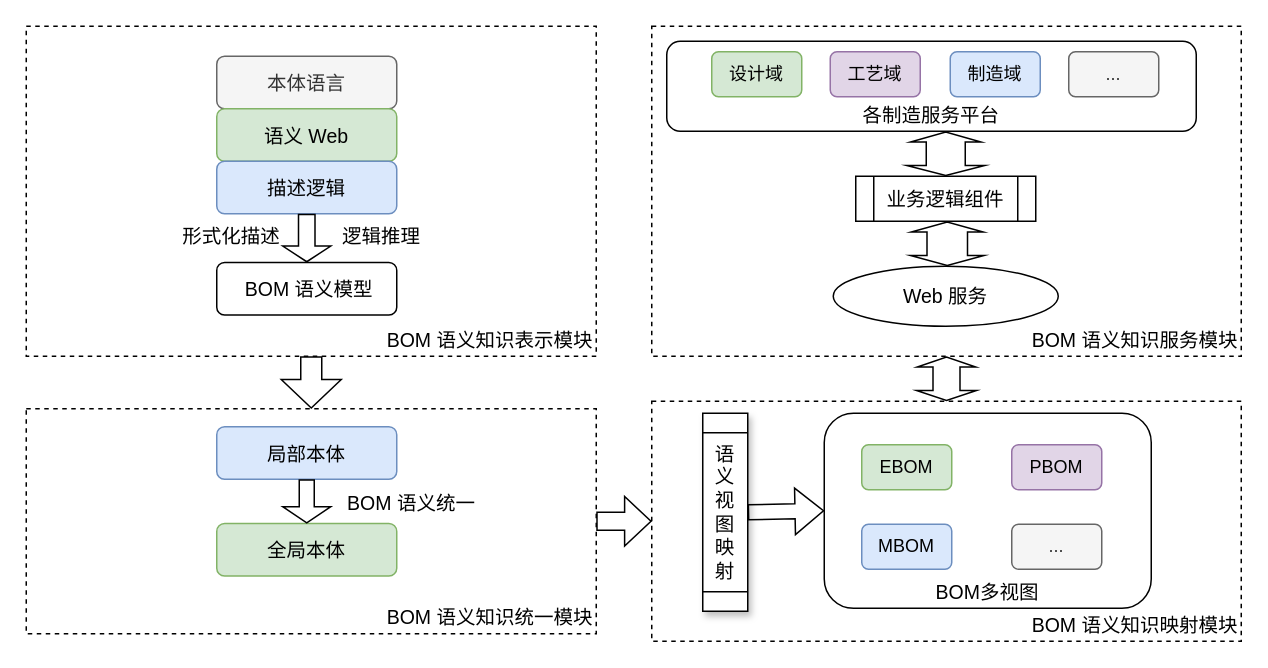
Above: BOM/Untitled Diagram.drawio in littlelittlemoon/DiagramsRepository (draw.io), before the change. Source tidied: cells renumbered, new cells numbered last; positions are measured from the earlier drawing's top-left corner, leaving out a move shared by most shapes. Both pictures are drawn from the tidied source at 150%, with x=0, y=0 at pixel (26, 26).
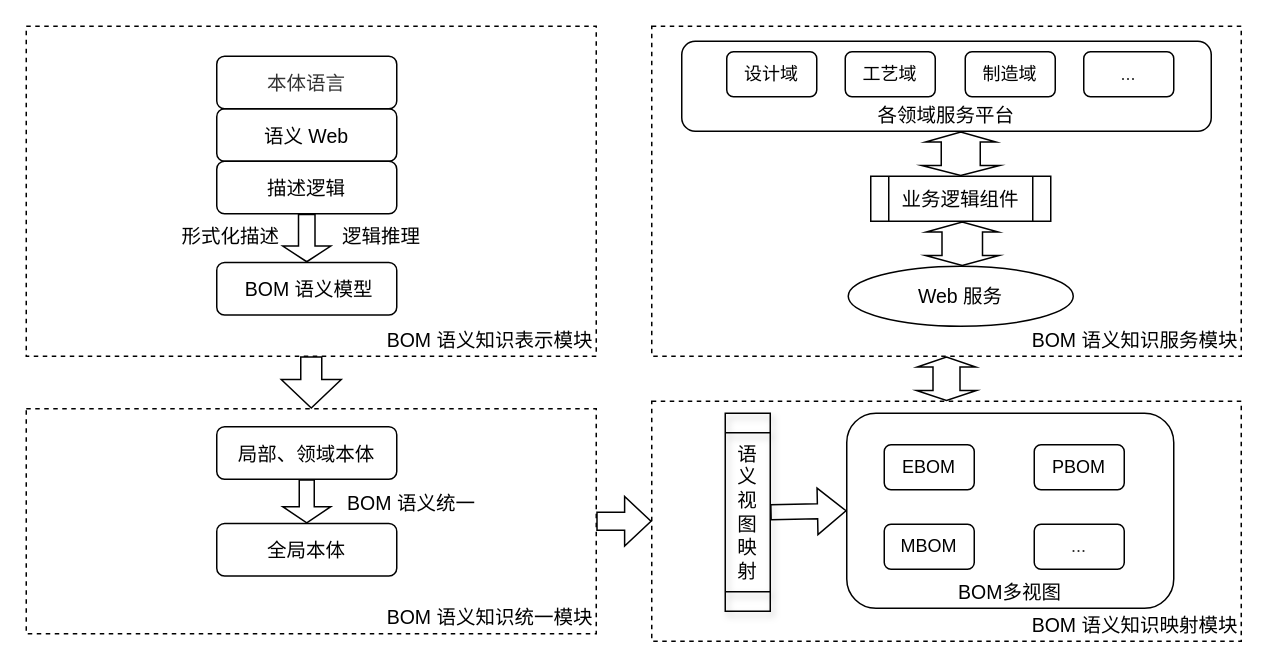
The same page after the edit.

The edit, as a diff of the source:
```diff
@@
-    <mxCell id="2" value="BOM 语义知识服务模块" style="rounded=0;whiteSpace=wrap;html=1;fontSize=13;fillColor=none;verticalAlign=bottom;fontStyle=0;align=right;dashed=1;" parent="1" vertex="1">
+    <mxCell id="2" value="BOM 语义知识服务模块" style="rounded=0;whiteSpace=wrap;html=1;fontSize=13;fillColor=none;verticalAlign=bottom;fontStyle=0;align=right;dashed=1;strokeColor=#000000;" parent="1" vertex="1">
       <mxGeometry x="417" width="393" height="220" as="geometry" />
     </mxCell>
-    <mxCell id="3" value="各制造服务平台" style="rounded=1;whiteSpace=wrap;html=1;fillColor=none;verticalAlign=bottom;fontSize=13;fontStyle=0;" parent="1" vertex="1">
-      <mxGeometry x="427" y="10" width="353" height="60" as="geometry" />
+    <mxCell id="3" value="各领域服务平台" style="rounded=1;whiteSpace=wrap;html=1;fillColor=none;verticalAlign=bottom;fontSize=13;fontStyle=0;strokeColor=#000000;" parent="1" vertex="1">
+      <mxGeometry x="437" y="10" width="353" height="60" as="geometry" />
     </mxCell>
-    <mxCell id="4" value="制造域" style="rounded=1;whiteSpace=wrap;html=1;fillColor=#dae8fc;strokeColor=#6c8ebf;fontStyle=0;" parent="1" vertex="1">
-      <mxGeometry x="616" y="17" width="60" height="30" as="geometry" />
+    <mxCell id="4" value="制造域" style="rounded=1;whiteSpace=wrap;html=1;fillColor=none;strokeColor=#000000;fontStyle=0;" parent="1" vertex="1">
+      <mxGeometry x="626" y="17" width="60" height="30" as="geometry" />
     </mxCell>
-    <mxCell id="5" value="业务逻辑组件" style="shape=process;whiteSpace=wrap;html=1;backgroundOutline=1;fontSize=13;fontStyle=0;" parent="1" vertex="1">
-      <mxGeometry x="553" y="100" width="120" height="30" as="geometry" />
+    <mxCell id="5" value="业务逻辑组件" style="shape=process;whiteSpace=wrap;html=1;backgroundOutline=1;fontSize=13;fontStyle=0;fillColor=none;strokeColor=#000000;" parent="1" vertex="1">
+      <mxGeometry x="563" y="100" width="120" height="30" as="geometry" />
     </mxCell>
-    <mxCell id="6" style="shape=flexArrow;endArrow=classic;startArrow=classic;html=1;rounded=0;fontSize=13;width=26;endSize=1.88;startSize=1.88;startWidth=25;fontStyle=0;exitX=0.5;exitY=0;exitDx=0;exitDy=0;" parent="1" edge="1">
+    <mxCell id="6" style="shape=flexArrow;endArrow=classic;startArrow=classic;html=1;rounded=0;fontSize=13;width=26;endSize=1.88;startSize=1.88;startWidth=25;fontStyle=0;exitX=0.5;exitY=0;exitDx=0;exitDy=0;fillColor=none;strokeColor=#000000;" parent="1" edge="1">
       <mxGeometry relative="1" as="geometry">
-        <mxPoint x="613" y="100" as="sourcePoint" />
-        <mxPoint x="613" y="70" as="targetPoint" />
+        <mxPoint x="623" y="100" as="sourcePoint" />
+        <mxPoint x="623" y="70" as="targetPoint" />
       </mxGeometry>
     </mxCell>
-    <mxCell id="7" style="shape=flexArrow;endArrow=classic;startArrow=classic;html=1;rounded=0;fontSize=13;width=27;endSize=1.88;startSize=1.88;startWidth=21;fontStyle=0;exitX=0.5;exitY=0;exitDx=0;exitDy=0;" parent="1" edge="1">
+    <mxCell id="7" style="shape=flexArrow;endArrow=classic;startArrow=classic;html=1;rounded=0;fontSize=13;width=27;endSize=1.88;startSize=1.88;startWidth=21;fontStyle=0;exitX=0.5;exitY=0;exitDx=0;exitDy=0;fillColor=none;strokeColor=#000000;" parent="1" edge="1">
       <mxGeometry relative="1" as="geometry">
-        <mxPoint x="614" y="160" as="sourcePoint" />
-        <mxPoint x="614" y="130" as="targetPoint" />
+        <mxPoint x="624" y="160" as="sourcePoint" />
+        <mxPoint x="624" y="130" as="targetPoint" />
       </mxGeometry>
     </mxCell>
-    <mxCell id="8" value="BOM 语义知识映射模块" style="rounded=0;whiteSpace=wrap;html=1;fontSize=13;fillColor=none;verticalAlign=bottom;fontStyle=0;align=right;dashed=1;" parent="1" vertex="1">
+    <mxCell id="8" value="BOM 语义知识映射模块" style="rounded=0;whiteSpace=wrap;html=1;fontSize=13;fillColor=none;verticalAlign=bottom;fontStyle=0;align=right;dashed=1;strokeColor=#000000;" parent="1" vertex="1">
       <mxGeometry x="417" y="250" width="393" height="160" as="geometry" />
     </mxCell>
-    <mxCell id="9" value="BOM多视图" style="rounded=1;whiteSpace=wrap;html=1;fillColor=none;verticalAlign=bottom;fontSize=13;fontStyle=0;" parent="1" vertex="1">
-      <mxGeometry x="532" y="258" width="218" height="130" as="geometry" />
+    <mxCell id="9" value="BOM多视图" style="rounded=1;whiteSpace=wrap;html=1;fillColor=none;verticalAlign=bottom;fontSize=13;fontStyle=0;strokeColor=#000000;" parent="1" vertex="1">
+      <mxGeometry x="547" y="258" width="218" height="130" as="geometry" />
     </mxCell>
-    <mxCell id="10" value="MBOM" style="rounded=1;whiteSpace=wrap;html=1;fillColor=#dae8fc;strokeColor=#6c8ebf;fontStyle=0;" parent="1" vertex="1">
-      <mxGeometry x="557" y="332" width="60" height="30" as="geometry" />
+    <mxCell id="10" value="MBOM" style="rounded=1;whiteSpace=wrap;html=1;fillColor=none;strokeColor=#000000;fontStyle=0;" parent="1" vertex="1">
+      <mxGeometry x="572" y="332" width="60" height="30" as="geometry" />
     </mxCell>
-    <mxCell id="11" value="PBOM" style="rounded=1;whiteSpace=wrap;html=1;fillColor=#e1d5e7;strokeColor=#9673a6;fontStyle=0;" parent="1" vertex="1">
-      <mxGeometry x="657" y="279" width="60" height="30" as="geometry" />
+    <mxCell id="11" value="PBOM" style="rounded=1;whiteSpace=wrap;html=1;fillColor=none;strokeColor=#000000;fontStyle=0;" parent="1" vertex="1">
+      <mxGeometry x="672" y="279" width="60" height="30" as="geometry" />
     </mxCell>
-    <mxCell id="12" value="EBOM" style="rounded=1;whiteSpace=wrap;html=1;fillColor=#d5e8d4;strokeColor=#82b366;fontStyle=0;" parent="1" vertex="1">
-      <mxGeometry x="557" y="279" width="60" height="30" as="geometry" />
+    <mxCell id="12" value="EBOM" style="rounded=1;whiteSpace=wrap;html=1;fillColor=none;strokeColor=#000000;fontStyle=0;" parent="1" vertex="1">
+      <mxGeometry x="572" y="279" width="60" height="30" as="geometry" />
     </mxCell>
-    <mxCell id="13" value="..." style="rounded=1;whiteSpace=wrap;html=1;fillColor=#f5f5f5;strokeColor=#666666;fontStyle=0;fontColor=#333333;" parent="1" vertex="1">
-      <mxGeometry x="695" y="17" width="60" height="30" as="geometry" />
+    <mxCell id="13" value="..." style="rounded=1;whiteSpace=wrap;html=1;fillColor=none;strokeColor=#000000;fontStyle=0;fontColor=#333333;" parent="1" vertex="1">
+      <mxGeometry x="705" y="17" width="60" height="30" as="geometry" />
     </mxCell>
-    <mxCell id="14" value="..." style="rounded=1;whiteSpace=wrap;html=1;fillColor=#f5f5f5;strokeColor=#666666;fontStyle=0;fontColor=#333333;" parent="1" vertex="1">
-      <mxGeometry x="657" y="332" width="60" height="30" as="geometry" />
+    <mxCell id="14" value="..." style="rounded=1;whiteSpace=wrap;html=1;fillColor=none;strokeColor=#000000;fontStyle=0;fontColor=#333333;" parent="1" vertex="1">
+      <mxGeometry x="672" y="332" width="60" height="30" as="geometry" />
     </mxCell>
-    <mxCell id="15" value="语&lt;br&gt;义&lt;br&gt;视&lt;br&gt;图&lt;br&gt;映&lt;br&gt;射" style="shape=process;whiteSpace=wrap;html=1;backgroundOutline=1;fontSize=13;fontStyle=0;shadow=1;rotation=90;horizontal=0;" parent="1" vertex="1">
-      <mxGeometry x="400" y="309" width="132" height="30" as="geometry" />
+    <mxCell id="15" value="语&lt;br&gt;义&lt;br&gt;视&lt;br&gt;图&lt;br&gt;映&lt;br&gt;射" style="shape=process;whiteSpace=wrap;html=1;backgroundOutline=1;fontSize=13;fontStyle=0;shadow=1;rotation=90;horizontal=0;fillColor=none;strokeColor=#000000;" parent="1" vertex="1">
+      <mxGeometry x="415" y="309" width="132" height="30" as="geometry" />
     </mxCell>
-    <mxCell id="16" style="shape=flexArrow;endArrow=classic;startArrow=classic;html=1;rounded=0;fontSize=13;width=18;endSize=1.88;startSize=1.88;startWidth=21;entryX=0.5;entryY=1;entryDx=0;entryDy=0;fontStyle=0;" parent="1" edge="1" source="8" target="2">
+    <mxCell id="16" style="shape=flexArrow;endArrow=classic;startArrow=classic;html=1;rounded=0;fontSize=13;width=18;endSize=1.88;startSize=1.88;startWidth=21;entryX=0.5;entryY=1;entryDx=0;entryDy=0;fontStyle=0;fillColor=none;strokeColor=#000000;" parent="1" edge="1" source="8" target="2">
       <mxGeometry relative="1" as="geometry" />
     </mxCell>
-    <mxCell id="17" value="BOM 语义知识统一模块" style="rounded=0;whiteSpace=wrap;html=1;fontSize=13;fillColor=none;verticalAlign=bottom;fontStyle=0;align=right;dashed=1;" parent="1" vertex="1">
+    <mxCell id="17" value="BOM 语义知识统一模块" style="rounded=0;whiteSpace=wrap;html=1;fontSize=13;fillColor=none;verticalAlign=bottom;fontStyle=0;align=right;dashed=1;strokeColor=#000000;" parent="1" vertex="1">
       <mxGeometry y="255" width="380" height="150" as="geometry" />
     </mxCell>
-    <mxCell id="18" style="edgeStyle=orthogonalEdgeStyle;rounded=0;jettySize=auto;html=1;fontSize=13;shape=flexArrow;width=12;endSize=5.53;fontStyle=0;exitX=1;exitY=0.5;exitDx=0;exitDy=0;entryX=0;entryY=0.5;entryDx=0;entryDy=0;" parent="1" edge="1" source="17" target="8">
+    <mxCell id="18" style="edgeStyle=orthogonalEdgeStyle;rounded=0;jettySize=auto;html=1;fontSize=13;shape=flexArrow;width=12;endSize=5.53;fontStyle=0;exitX=1;exitY=0.5;exitDx=0;exitDy=0;entryX=0;entryY=0.5;entryDx=0;entryDy=0;fillColor=none;strokeColor=#000000;" parent="1" edge="1" source="17" target="8">
       <mxGeometry relative="1" as="geometry" />
     </mxCell>
-    <mxCell id="19" value="全局本体" style="rounded=1;whiteSpace=wrap;html=1;fontSize=13;fillColor=#d5e8d4;fontStyle=0;strokeColor=#82b366;" parent="1" vertex="1">
+    <mxCell id="19" value="全局本体" style="rounded=1;whiteSpace=wrap;html=1;fontSize=13;fillColor=none;fontStyle=0;strokeColor=#000000;" parent="1" vertex="1">
       <mxGeometry x="127" y="331.5" width="120" height="35" as="geometry" />
     </mxCell>
-    <mxCell id="20" value="局部本体" style="rounded=1;whiteSpace=wrap;html=1;fontSize=13;fillColor=#dae8fc;fontStyle=0;strokeColor=#6c8ebf;" parent="1" vertex="1">
+    <mxCell id="20" value="局部、领域本体" style="rounded=1;whiteSpace=wrap;html=1;fontSize=13;fillColor=none;fontStyle=0;strokeColor=#000000;" parent="1" vertex="1">
       <mxGeometry x="127" y="267" width="120" height="35" as="geometry" />
     </mxCell>
@@
-    <mxCell id="22" value="BOM 语义知识表示模块" style="rounded=0;whiteSpace=wrap;html=1;fontSize=13;fillColor=none;verticalAlign=bottom;fontStyle=0;align=right;dashed=1;" parent="1" vertex="1">
+    <mxCell id="22" value="BOM 语义知识表示模块" style="rounded=0;whiteSpace=wrap;html=1;fontSize=13;fillColor=none;verticalAlign=bottom;fontStyle=0;align=right;dashed=1;strokeColor=#000000;" parent="1" vertex="1">
       <mxGeometry width="380" height="220" as="geometry" />
     </mxCell>
-    <mxCell id="23" value="&amp;nbsp;BOM 语义模型" style="rounded=1;whiteSpace=wrap;html=1;fontSize=13;fontStyle=0;" parent="1" vertex="1">
+    <mxCell id="23" value="&amp;nbsp;BOM 语义模型" style="rounded=1;whiteSpace=wrap;html=1;fontSize=13;fontStyle=0;fillColor=none;strokeColor=#000000;" parent="1" vertex="1">
       <mxGeometry x="127" y="157.5" width="120" height="35" as="geometry" />
     </mxCell>
-    <mxCell id="24" value="本体语言" style="rounded=1;whiteSpace=wrap;html=1;fontSize=13;fillColor=#f5f5f5;fontStyle=0;fontColor=#333333;strokeColor=#666666;" parent="1" vertex="1">
+    <mxCell id="24" value="本体语言" style="rounded=1;whiteSpace=wrap;html=1;fontSize=13;fillColor=none;fontStyle=0;fontColor=#333333;strokeColor=#000000;" parent="1" vertex="1">
       <mxGeometry x="127" y="20" width="120" height="35" as="geometry" />
     </mxCell>
-    <mxCell id="25" value="语义 Web" style="rounded=1;whiteSpace=wrap;html=1;fontSize=13;fillColor=#d5e8d4;fontStyle=0;strokeColor=#82b366;" parent="1" vertex="1">
+    <mxCell id="25" value="语义 Web" style="rounded=1;whiteSpace=wrap;html=1;fontSize=13;fillColor=none;fontStyle=0;strokeColor=#000000;" parent="1" vertex="1">
       <mxGeometry x="127" y="55" width="120" height="35" as="geometry" />
     </mxCell>
-    <mxCell id="26" value="描述逻辑" style="rounded=1;whiteSpace=wrap;html=1;fontSize=13;fillColor=#dae8fc;fontStyle=0;strokeColor=#6c8ebf;" parent="1" vertex="1">
+    <mxCell id="26" value="描述逻辑" style="rounded=1;whiteSpace=wrap;html=1;fontSize=13;fillColor=none;fontStyle=0;strokeColor=#000000;" parent="1" vertex="1">
       <mxGeometry x="127" y="90" width="120" height="35" as="geometry" />
     </mxCell>
-    <mxCell id="27" style="edgeStyle=orthogonalEdgeStyle;rounded=0;jettySize=auto;html=1;fontSize=13;shape=flexArrow;width=11;endSize=3.16;fontStyle=0;exitX=0.5;exitY=1;exitDx=0;exitDy=0;entryX=0.5;entryY=0;entryDx=0;entryDy=0;" parent="1" edge="1" source="26" target="23">
+    <mxCell id="27" style="edgeStyle=orthogonalEdgeStyle;rounded=0;jettySize=auto;html=1;fontSize=13;shape=flexArrow;width=11;endSize=3.16;fontStyle=0;exitX=0.5;exitY=1;exitDx=0;exitDy=0;entryX=0.5;entryY=0;entryDx=0;entryDy=0;fillColor=none;strokeColor=#000000;" parent="1" edge="1" source="26" target="23">
       <mxGeometry relative="1" as="geometry" />
     </mxCell>
     <mxCell id="28" value="形式化描述" style="rounded=0;whiteSpace=wrap;html=1;shadow=0;fontSize=13;strokeWidth=1;fillColor=none;strokeColor=none;fontStyle=0;" parent="1" vertex="1">
-      <mxGeometry x="77" y="130" width="120" height="20" as="geometry" />
+      <mxGeometry x="90" y="130" width="93" height="20" as="geometry" />
     </mxCell>
@@
-    <mxCell id="30" style="shape=flexArrow;endArrow=classic;html=1;rounded=0;exitX=0.5;exitY=1;exitDx=0;exitDy=0;endWidth=21;endSize=3.23;" parent="1" edge="1" source="20" target="19">
+    <mxCell id="30" style="shape=flexArrow;endArrow=classic;html=1;rounded=0;exitX=0.5;exitY=1;exitDx=0;exitDy=0;endWidth=21;endSize=3.23;fillColor=none;strokeColor=#000000;" parent="1" edge="1" source="20" target="19">
       <mxGeometry relative="1" as="geometry" />
     </mxCell>
-    <mxCell id="31" style="shape=flexArrow;endArrow=classic;html=1;rounded=0;exitX=0.5;exitY=1;exitDx=0;exitDy=0;entryX=0.5;entryY=0;entryDx=0;entryDy=0;endWidth=25;endSize=6;width=14;" parent="1" edge="1" source="22" target="17">
+    <mxCell id="31" style="shape=flexArrow;endArrow=classic;html=1;rounded=0;exitX=0.5;exitY=1;exitDx=0;exitDy=0;entryX=0.5;entryY=0;entryDx=0;entryDy=0;endWidth=25;endSize=6;width=14;fillColor=none;strokeColor=#000000;" parent="1" edge="1" source="22" target="17">
       <mxGeometry relative="1" as="geometry" />
     </mxCell>
-    <mxCell id="32" value="设计域" style="rounded=1;whiteSpace=wrap;html=1;fillColor=#d5e8d4;strokeColor=#82b366;fontStyle=0;" parent="1" vertex="1">
-      <mxGeometry x="457" y="17" width="60" height="30" as="geometry" />
+    <mxCell id="32" value="设计域" style="rounded=1;whiteSpace=wrap;html=1;fillColor=none;strokeColor=#000000;fontStyle=0;" parent="1" vertex="1">
+      <mxGeometry x="467" y="17" width="60" height="30" as="geometry" />
     </mxCell>
-    <mxCell id="33" value="工艺域" style="rounded=1;whiteSpace=wrap;html=1;fillColor=#e1d5e7;strokeColor=#9673a6;fontStyle=0;" parent="1" vertex="1">
-      <mxGeometry x="536" y="17" width="60" height="30" as="geometry" />
+    <mxCell id="33" value="工艺域" style="rounded=1;whiteSpace=wrap;html=1;fillColor=none;strokeColor=#000000;fontStyle=0;" parent="1" vertex="1">
+      <mxGeometry x="546" y="17" width="60" height="30" as="geometry" />
     </mxCell>
-    <mxCell id="34" style="shape=flexArrow;endArrow=classic;html=1;rounded=0;entryX=0;entryY=0.5;entryDx=0;entryDy=0;exitX=0.5;exitY=0;exitDx=0;exitDy=0;" parent="1" edge="1" source="15" target="9">
+    <mxCell id="34" style="shape=flexArrow;endArrow=classic;html=1;rounded=0;entryX=0;entryY=0.5;entryDx=0;entryDy=0;exitX=0.5;exitY=0;exitDx=0;exitDy=0;fillColor=none;strokeColor=#000000;" parent="1" edge="1" source="15" target="9">
       <mxGeometry relative="1" as="geometry" />
     </mxCell>
-    <mxCell id="35" value="Web 服务" style="ellipse;whiteSpace=wrap;html=1;fontSize=13;fillColor=none;fontStyle=0;" parent="1" vertex="1">
-      <mxGeometry x="538" y="160" width="150" height="40" as="geometry" />
+    <mxCell id="35" value="Web 服务" style="ellipse;whiteSpace=wrap;html=1;fontSize=13;fillColor=none;fontStyle=0;strokeColor=#000000;" parent="1" vertex="1">
+      <mxGeometry x="548" y="160" width="150" height="40" as="geometry" />
     </mxCell>
```
